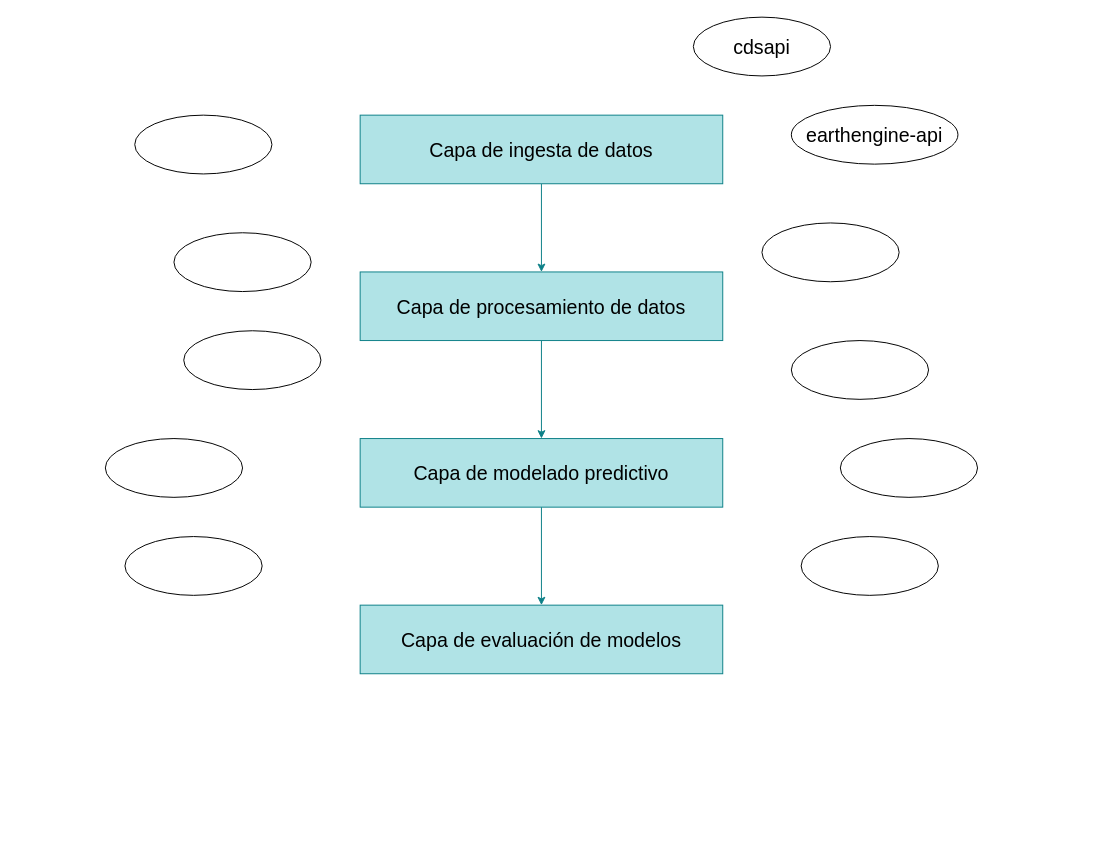
Above: diagramas/arquitectura.drawio in Akanenosketch/TFG-SOB4ES (draw.io), before the change. Source tidied: cells renumbered, new cells numbered last; positions are measured from the earlier drawing's top-left corner, leaving out a move shared by most shapes. Both pictures are drawn from the tidied source at 98%, with x=0, y=0 at pixel (105, 17).
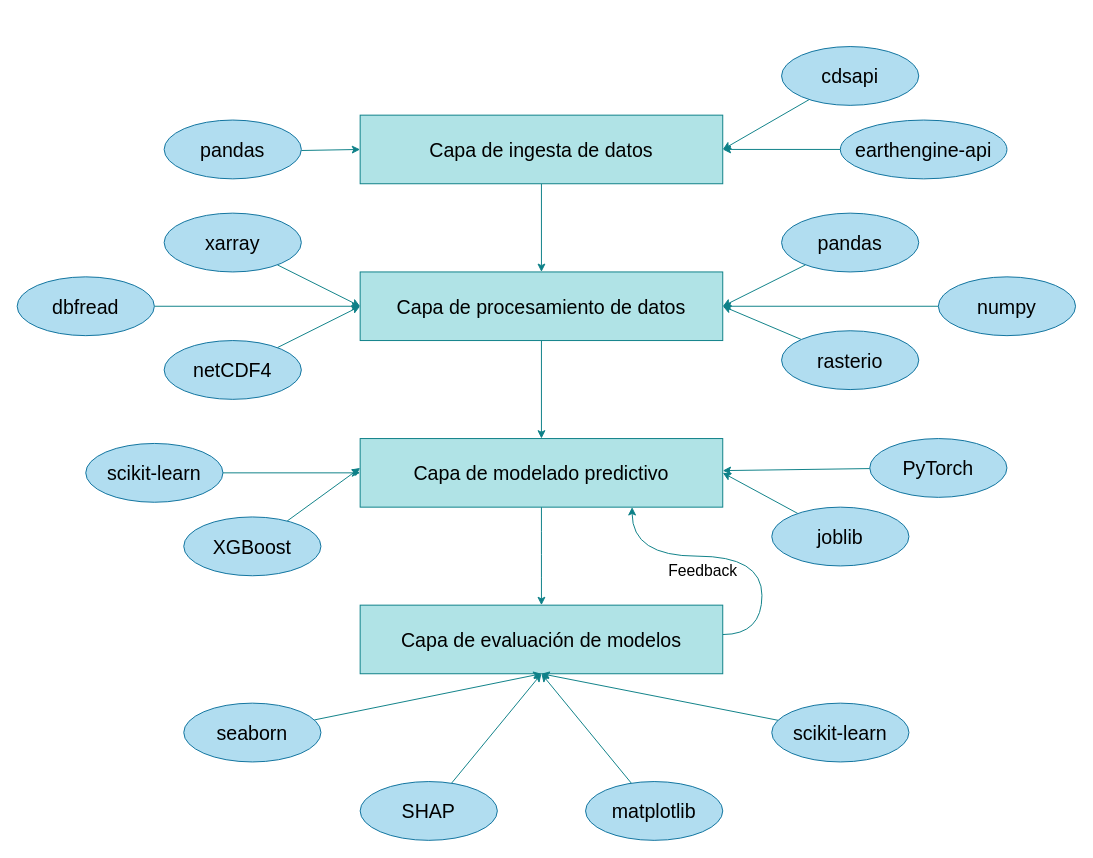
The same diagram, later.

Unchanged cells that the change refers to:
```xml
<mxCell id="3" value="&lt;font style=&quot;font-size: 20px;&quot; face=&quot;Helvetica&quot;&gt;Capa de ingesta de datos&lt;/font&gt;" style="rounded=0;whiteSpace=wrap;html=1;fillColor=#b0e3e6;strokeColor=#0e8088;" parent="1" vertex="1">
  <mxGeometry x="260" y="100" width="370" height="70" as="geometry" />
</mxCell>
<mxCell id="5" value="&lt;font style=&quot;font-size: 20px;&quot;&gt;Capa de procesamiento de datos&lt;/font&gt;" style="rounded=0;whiteSpace=wrap;html=1;fillColor=#b0e3e6;strokeColor=#0e8088;" parent="1" vertex="1">
  <mxGeometry x="260" y="260" width="370" height="70" as="geometry" />
</mxCell>
<mxCell id="7" value="&lt;font style=&quot;font-size: 20px;&quot;&gt;Capa de modelado predictivo&lt;/font&gt;" style="rounded=0;whiteSpace=wrap;html=1;fillColor=#b0e3e6;strokeColor=#0e8088;" parent="1" vertex="1">
  <mxGeometry x="260" y="430" width="370" height="70" as="geometry" />
</mxCell>
<mxCell id="8" value="&lt;font style=&quot;font-size: 20px;&quot;&gt;Capa de evaluación de modelos&lt;/font&gt;" style="rounded=0;whiteSpace=wrap;html=1;fillColor=#b0e3e6;strokeColor=#0e8088;" parent="1" vertex="1">
  <mxGeometry x="260" y="600" width="370" height="70" as="geometry" />
</mxCell>
```

The edit, as a diff of the source:
```diff
@@
-    <mxCell id="6" style="edgeStyle=orthogonalEdgeStyle;rounded=0;jettySize=auto;html=1;entryX=0.5;entryY=0;entryDx=0;entryDy=0;fillColor=#b0e3e6;strokeColor=#0e8088;" parent="1" edge="1" source="7" target="8">
-      <mxGeometry relative="1" as="geometry" />
+    <mxCell id="6" style="edgeStyle=orthogonalEdgeStyle;rounded=0;jettySize=auto;html=1;curved=1;fillColor=#b0e3e6;strokeColor=#0e8088;" parent="1" edge="1" source="7" target="8">
+      <mxGeometry relative="1" as="geometry">
+        <Array as="points">
+          <mxPoint x="445" y="550" />
+          <mxPoint x="445" y="550" />
+        </Array>
+      </mxGeometry>
     </mxCell>
@@
+    <mxCell id="20" style="edgeStyle=orthogonalEdgeStyle;rounded=0;jettySize=auto;html=1;entryX=0.75;entryY=1;entryDx=0;entryDy=0;curved=1;fillColor=#b0e3e6;strokeColor=#0e8088;" parent="1" edge="1" source="8" target="7">
+      <mxGeometry relative="1" as="geometry">
+        <Array as="points">
+          <mxPoint x="670" y="630" />
+          <mxPoint x="670" y="550" />
+          <mxPoint x="538" y="550" />
+        </Array>
+      </mxGeometry>
+    </mxCell>
@@
+    <mxCell id="21" style="rounded=0;jettySize=auto;html=1;entryX=1;entryY=0.5;entryDx=0;entryDy=0;fillColor=#b0e3e6;strokeColor=#0e8088;" parent="1" edge="1" source="9" target="3">
+      <mxGeometry relative="1" as="geometry" />
+    </mxCell>
-    <mxCell id="9" value="&lt;font style=&quot;font-size: 20px;&quot;&gt;cdsapi&lt;/font&gt;" style="ellipse;whiteSpace=wrap;html=1;" parent="1" vertex="1">
-      <mxGeometry x="600" width="140" height="60" as="geometry" />
+    <mxCell id="9" value="&lt;font style=&quot;font-size: 20px;&quot;&gt;cdsapi&lt;/font&gt;" style="ellipse;whiteSpace=wrap;html=1;fillColor=#b1ddf0;strokeColor=#10739e;" parent="1" vertex="1">
+      <mxGeometry x="690" y="30" width="140" height="60" as="geometry" />
     </mxCell>
+    <mxCell id="22" style="rounded=0;jettySize=auto;html=1;fillColor=#b0e3e6;strokeColor=#0e8088;" parent="1" edge="1" source="10" target="3">
+      <mxGeometry relative="1" as="geometry" />
+    </mxCell>
-    <mxCell id="10" value="&lt;font style=&quot;font-size: 20px;&quot;&gt;earthengine-api&lt;/font&gt;" style="ellipse;whiteSpace=wrap;html=1;" parent="1" vertex="1">
-      <mxGeometry x="700" y="90" width="170" height="60" as="geometry" />
+    <mxCell id="10" value="&lt;font style=&quot;font-size: 20px;&quot;&gt;earthengine-api&lt;/font&gt;" style="ellipse;whiteSpace=wrap;html=1;fillColor=#b1ddf0;strokeColor=#10739e;" parent="1" vertex="1">
+      <mxGeometry x="750" y="105" width="170" height="60" as="geometry" />
     </mxCell>
-    <mxCell id="11" style="ellipse;whiteSpace=wrap;html=1;" parent="1" vertex="1">
-      <mxGeometry x="670" y="210" width="140" height="60" as="geometry" />
-    </mxCell>
-    <mxCell id="12" style="ellipse;whiteSpace=wrap;html=1;" parent="1" vertex="1">
-      <mxGeometry x="700" y="330" width="140" height="60" as="geometry" />
-    </mxCell>
-    <mxCell id="13" style="ellipse;whiteSpace=wrap;html=1;" parent="1" vertex="1">
-      <mxGeometry x="80" y="320" width="140" height="60" as="geometry" />
-    </mxCell>
-    <mxCell id="14" style="ellipse;whiteSpace=wrap;html=1;" parent="1" vertex="1">
-      <mxGeometry x="70" y="220" width="140" height="60" as="geometry" />
-    </mxCell>
+    <mxCell id="23" style="rounded=0;jettySize=auto;html=1;entryX=0;entryY=0.5;entryDx=0;entryDy=0;fillColor=#b0e3e6;strokeColor=#0e8088;" parent="1" edge="1" source="15" target="3">
+      <mxGeometry relative="1" as="geometry" />
+    </mxCell>
-    <mxCell id="15" style="ellipse;whiteSpace=wrap;html=1;" parent="1" vertex="1">
-      <mxGeometry x="30" y="100" width="140" height="60" as="geometry" />
+    <mxCell id="15" value="&lt;font style=&quot;font-size: 20px;&quot;&gt;pandas&lt;/font&gt;" style="ellipse;whiteSpace=wrap;html=1;fillColor=#b1ddf0;strokeColor=#10739e;" parent="1" vertex="1">
+      <mxGeometry x="60" y="105" width="140" height="60" as="geometry" />
     </mxCell>
-    <mxCell id="16" style="ellipse;whiteSpace=wrap;html=1;" parent="1" vertex="1">
-      <mxGeometry x="750" y="430" width="140" height="60" as="geometry" />
-    </mxCell>
-    <mxCell id="17" style="ellipse;whiteSpace=wrap;html=1;" parent="1" vertex="1">
-      <mxGeometry x="710" y="530" width="140" height="60" as="geometry" />
-    </mxCell>
-    <mxCell id="18" style="ellipse;whiteSpace=wrap;html=1;" parent="1" vertex="1">
-      <mxGeometry x="20" y="530" width="140" height="60" as="geometry" />
-    </mxCell>
-    <mxCell id="19" style="ellipse;whiteSpace=wrap;html=1;" parent="1" vertex="1">
-      <mxGeometry y="430" width="140" height="60" as="geometry" />
-    </mxCell>
+    <mxCell id="24" style="rounded=0;jettySize=auto;html=1;entryX=1;entryY=0.5;entryDx=0;entryDy=0;fillColor=#b0e3e6;strokeColor=#0e8088;" parent="1" edge="1" source="25" target="5">
+      <mxGeometry relative="1" as="geometry" />
+    </mxCell>
+    <mxCell id="25" value="&lt;font style=&quot;font-size: 20px;&quot;&gt;pandas&lt;/font&gt;" style="ellipse;whiteSpace=wrap;html=1;fillColor=#b1ddf0;strokeColor=#10739e;" parent="1" vertex="1">
+      <mxGeometry x="690" y="200" width="140" height="60" as="geometry" />
+    </mxCell>
+    <mxCell id="26" style="rounded=0;jettySize=auto;html=1;entryX=1;entryY=0.5;entryDx=0;entryDy=0;fillColor=#b0e3e6;strokeColor=#0e8088;" parent="1" edge="1" source="27" target="5">
+      <mxGeometry relative="1" as="geometry" />
+    </mxCell>
+    <mxCell id="27" value="&lt;font style=&quot;font-size: 20px;&quot;&gt;rasterio&lt;/font&gt;" style="ellipse;whiteSpace=wrap;html=1;fillColor=#b1ddf0;strokeColor=#10739e;" parent="1" vertex="1">
+      <mxGeometry x="690" y="320" width="140" height="60" as="geometry" />
+    </mxCell>
+    <mxCell id="28" style="rounded=0;jettySize=auto;html=1;entryX=0;entryY=0.5;entryDx=0;entryDy=0;fillColor=#b0e3e6;strokeColor=#0e8088;" parent="1" edge="1" source="29" target="5">
+      <mxGeometry relative="1" as="geometry" />
+    </mxCell>
+    <mxCell id="29" value="&lt;font style=&quot;font-size: 20px;&quot;&gt;xarray&lt;/font&gt;" style="ellipse;whiteSpace=wrap;html=1;fillColor=#b1ddf0;strokeColor=#10739e;" parent="1" vertex="1">
+      <mxGeometry x="60" y="200" width="140" height="60" as="geometry" />
+    </mxCell>
+    <mxCell id="30" style="edgeStyle=orthogonalEdgeStyle;rounded=0;jettySize=auto;html=1;entryX=0;entryY=0.5;entryDx=0;entryDy=0;fillColor=#b0e3e6;strokeColor=#0e8088;" parent="1" edge="1" source="31" target="5">
+      <mxGeometry relative="1" as="geometry" />
+    </mxCell>
+    <mxCell id="31" value="&lt;font style=&quot;font-size: 20px;&quot;&gt;dbfread&lt;/font&gt;" style="ellipse;whiteSpace=wrap;html=1;fillColor=#b1ddf0;strokeColor=#10739e;" parent="1" vertex="1">
+      <mxGeometry x="-90" y="265" width="140" height="60" as="geometry" />
+    </mxCell>
+    <mxCell id="32" style="edgeStyle=orthogonalEdgeStyle;rounded=0;jettySize=auto;html=1;fillColor=#b0e3e6;strokeColor=#0e8088;" parent="1" edge="1" source="33" target="5">
+      <mxGeometry relative="1" as="geometry" />
+    </mxCell>
+    <mxCell id="33" value="&lt;font style=&quot;font-size: 20px;&quot;&gt;numpy&lt;/font&gt;" style="ellipse;whiteSpace=wrap;html=1;fillColor=#b1ddf0;strokeColor=#10739e;" parent="1" vertex="1">
+      <mxGeometry x="850" y="265" width="140" height="60" as="geometry" />
+    </mxCell>
+    <mxCell id="34" style="rounded=0;jettySize=auto;html=1;entryX=0;entryY=0.5;entryDx=0;entryDy=0;fillColor=#b0e3e6;strokeColor=#0e8088;" parent="1" edge="1" source="35" target="5">
+      <mxGeometry relative="1" as="geometry" />
+    </mxCell>
+    <mxCell id="35" value="&lt;font style=&quot;font-size: 20px;&quot;&gt;netCDF4&lt;/font&gt;" style="ellipse;whiteSpace=wrap;html=1;fillColor=#b1ddf0;strokeColor=#10739e;" parent="1" vertex="1">
+      <mxGeometry x="60" y="330" width="140" height="60" as="geometry" />
+    </mxCell>
+    <mxCell id="36" style="rounded=0;jettySize=auto;html=1;fillColor=#b0e3e6;strokeColor=#0e8088;" parent="1" edge="1" source="37" target="7">
+      <mxGeometry relative="1" as="geometry" />
+    </mxCell>
+    <mxCell id="37" value="&lt;font style=&quot;font-size: 20px;&quot;&gt;PyTorch&lt;/font&gt;" style="ellipse;whiteSpace=wrap;html=1;fillColor=#b1ddf0;strokeColor=#10739e;" parent="1" vertex="1">
+      <mxGeometry x="780" y="430" width="140" height="60" as="geometry" />
+    </mxCell>
+    <mxCell id="38" style="rounded=0;jettySize=auto;html=1;fillColor=#b0e3e6;strokeColor=#0e8088;" parent="1" edge="1" source="39" target="7">
+      <mxGeometry relative="1" as="geometry" />
+    </mxCell>
+    <mxCell id="39" value="&lt;font style=&quot;font-size: 20px;&quot;&gt;scikit-learn&lt;/font&gt;" style="ellipse;whiteSpace=wrap;html=1;fillColor=#b1ddf0;strokeColor=#10739e;" parent="1" vertex="1">
+      <mxGeometry x="-20" y="435" width="140" height="60" as="geometry" />
+    </mxCell>
+    <mxCell id="40" style="rounded=0;jettySize=auto;html=1;entryX=1;entryY=0.5;entryDx=0;entryDy=0;fillColor=#b0e3e6;strokeColor=#0e8088;" parent="1" edge="1" source="41" target="7">
+      <mxGeometry relative="1" as="geometry" />
+    </mxCell>
+    <mxCell id="41" value="&lt;font style=&quot;font-size: 20px;&quot;&gt;joblib&lt;/font&gt;" style="ellipse;whiteSpace=wrap;html=1;fillColor=#b1ddf0;strokeColor=#10739e;" parent="1" vertex="1">
+      <mxGeometry x="680" y="500" width="140" height="60" as="geometry" />
+    </mxCell>
+    <mxCell id="42" style="rounded=0;jettySize=auto;html=1;fillColor=#b0e3e6;strokeColor=#0e8088;" parent="1" edge="1" source="43">
+      <mxGeometry relative="1" as="geometry">
+        <mxPoint x="260" y="460" as="targetPoint" />
+      </mxGeometry>
+    </mxCell>
+    <mxCell id="43" value="&lt;span style=&quot;font-size: 20px;&quot;&gt;XGBoost&lt;/span&gt;" style="ellipse;whiteSpace=wrap;html=1;fillColor=#b1ddf0;strokeColor=#10739e;" parent="1" vertex="1">
+      <mxGeometry x="80" y="510" width="140" height="60" as="geometry" />
+    </mxCell>
+    <mxCell id="44" style="rounded=0;jettySize=auto;html=1;entryX=0.5;entryY=1;entryDx=0;entryDy=0;fillColor=#b0e3e6;strokeColor=#0e8088;" parent="1" edge="1" source="45" target="8">
+      <mxGeometry relative="1" as="geometry" />
+    </mxCell>
+    <mxCell id="45" value="&lt;font style=&quot;font-size: 20px;&quot;&gt;SHAP&lt;/font&gt;" style="ellipse;whiteSpace=wrap;html=1;fillColor=#b1ddf0;strokeColor=#10739e;" parent="1" vertex="1">
+      <mxGeometry x="260" y="780" width="140" height="60" as="geometry" />
+    </mxCell>
+    <mxCell id="46" style="rounded=0;jettySize=auto;html=1;entryX=0.5;entryY=1;entryDx=0;entryDy=0;fillColor=#b0e3e6;strokeColor=#0e8088;" parent="1" edge="1" source="47" target="8">
+      <mxGeometry relative="1" as="geometry" />
+    </mxCell>
+    <mxCell id="47" value="&lt;font style=&quot;font-size: 20px;&quot;&gt;scikit-learn&lt;/font&gt;" style="ellipse;whiteSpace=wrap;html=1;fillColor=#b1ddf0;strokeColor=#10739e;" parent="1" vertex="1">
+      <mxGeometry x="680" y="700" width="140" height="60" as="geometry" />
+    </mxCell>
+    <mxCell id="48" style="rounded=0;jettySize=auto;html=1;entryX=0.5;entryY=1;entryDx=0;entryDy=0;fillColor=#b0e3e6;strokeColor=#0e8088;" parent="1" edge="1" source="49" target="8">
+      <mxGeometry relative="1" as="geometry" />
+    </mxCell>
+    <mxCell id="49" value="&lt;font style=&quot;font-size: 20px;&quot;&gt;seaborn&lt;/font&gt;" style="ellipse;whiteSpace=wrap;html=1;fillColor=#b1ddf0;strokeColor=#10739e;" parent="1" vertex="1">
+      <mxGeometry x="80" y="700" width="140" height="60" as="geometry" />
+    </mxCell>
+    <mxCell id="50" style="rounded=0;jettySize=auto;html=1;entryX=0.5;entryY=1;entryDx=0;entryDy=0;fillColor=#b0e3e6;strokeColor=#0e8088;" parent="1" edge="1" source="51" target="8">
+      <mxGeometry relative="1" as="geometry" />
+    </mxCell>
+    <mxCell id="51" value="&lt;font style=&quot;font-size: 20px;&quot;&gt;matplotlib&lt;/font&gt;" style="ellipse;whiteSpace=wrap;html=1;fillColor=#b1ddf0;strokeColor=#10739e;" parent="1" vertex="1">
+      <mxGeometry x="490" y="780" width="140" height="60" as="geometry" />
+    </mxCell>
+    <mxCell id="52" value="&lt;font style=&quot;font-size: 16px;&quot;&gt;Feedback&lt;/font&gt;" style="text;html=1;whiteSpace=wrap;strokeColor=none;fillColor=none;align=center;verticalAlign=middle;rounded=0;rotation=0;" parent="1" vertex="1">
+      <mxGeometry x="580" y="550" width="60" height="30" as="geometry" />
+    </mxCell>
```
